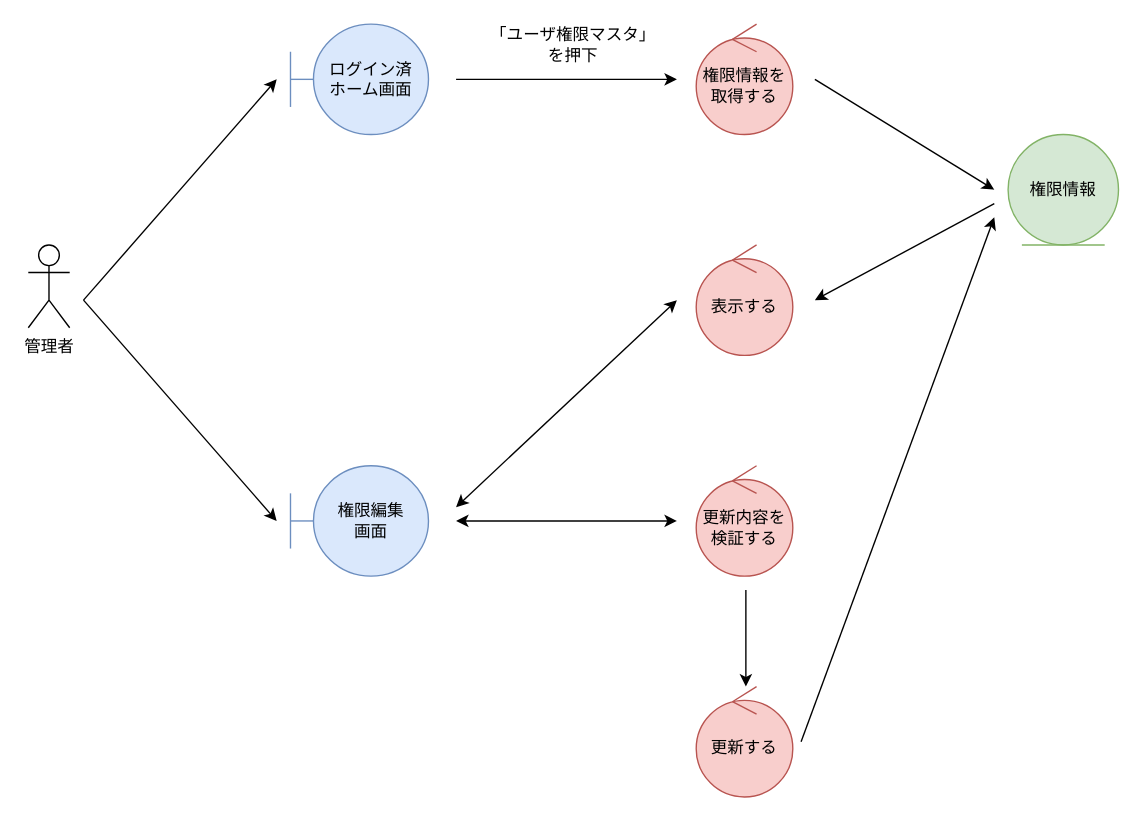
HaruShim/Sotuken keeps this draw.io diagram as page "正規非正規ユーザの権限編集" (3 of 19) of 各種設計書/3ロバストネス図/人事管理/従業員情報管理.drawio. Above is the earlier version. Source tidied: cells renumbered, new cells numbered last; positions are measured from the earlier drawing's top-left corner, leaving out a move shared by most shapes. Both pictures are drawn from the tidied source at 138%, with x=0, y=0 at pixel (28, 23).
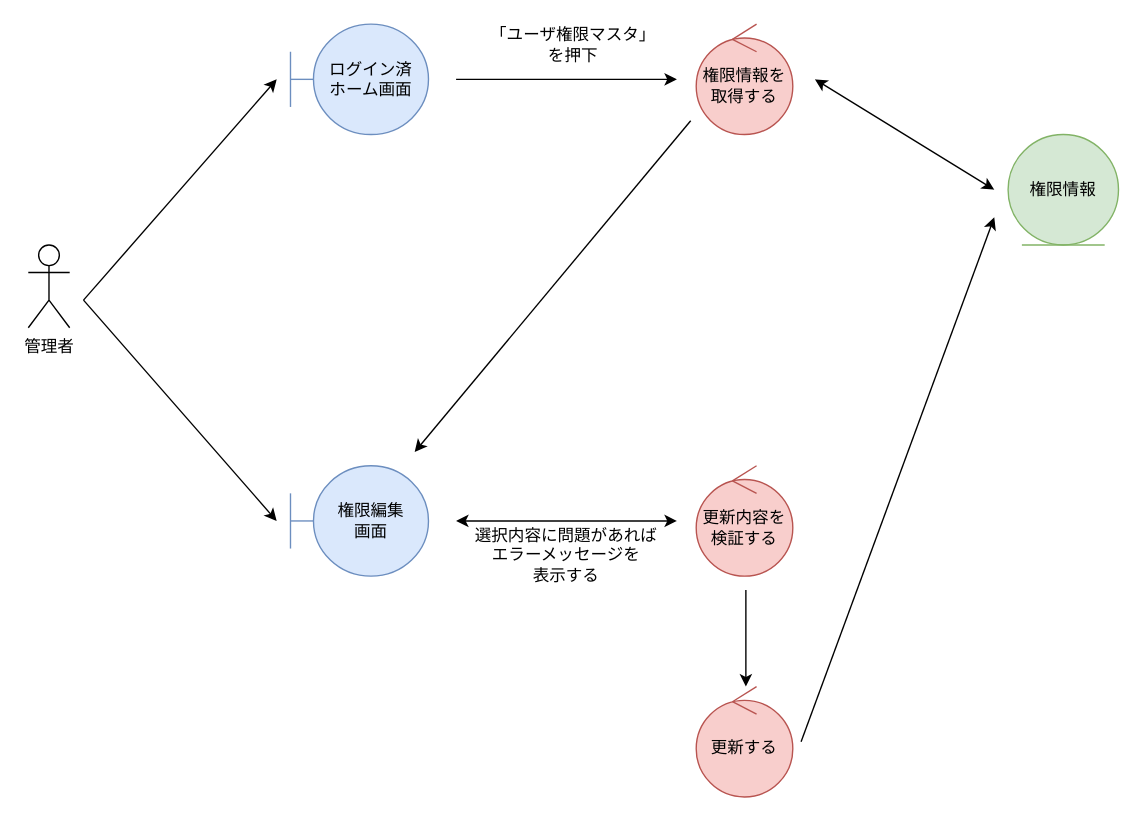
Above is the later version.

Change to the diagram source:
```diff
@@
-    <mxCell id="8" value="表示する" style="ellipse;shape=umlControl;whiteSpace=wrap;html=1;fillColor=#f8cecc;strokeColor=#b85450;" parent="1" vertex="1">
-      <mxGeometry x="484" y="160" width="70" height="80" as="geometry" />
-    </mxCell>
@@
-    <mxCell id="12" style="endArrow=classic;html=1;rounded=0;" parent="1" edge="1">
+    <mxCell id="12" style="endArrow=classic;html=1;rounded=0;startArrow=classic;startFill=1;" parent="1" edge="1">
       <mxGeometry relative="1" as="geometry">
         <mxPoint x="570" y="40" as="sourcePoint" />
         <mxPoint x="700" y="120" as="targetPoint" />
       </mxGeometry>
     </mxCell>
-    <mxCell id="13" style="endArrow=classic;html=1;rounded=0;" parent="1" edge="1">
-      <mxGeometry relative="1" as="geometry">
-        <mxPoint x="700" y="130" as="sourcePoint" />
-        <mxPoint x="570" y="200" as="targetPoint" />
-      </mxGeometry>
-    </mxCell>
@@
-    <mxCell id="15" style="endArrow=classic;startArrow=classic;html=1;rounded=0;" parent="1" edge="1">
-      <mxGeometry relative="1" as="geometry">
-        <mxPoint x="310" y="350" as="sourcePoint" />
-        <mxPoint x="470" y="200" as="targetPoint" />
-      </mxGeometry>
-    </mxCell>
@@
+    <mxCell id="20" style="endArrow=classic;html=1;rounded=0;" parent="1" edge="1">
+      <mxGeometry relative="1" as="geometry">
+        <mxPoint x="480" y="70" as="sourcePoint" />
+        <mxPoint x="280" y="310" as="targetPoint" />
+      </mxGeometry>
+    </mxCell>
+    <mxCell id="21" value="選択内容に問題があればエラーメッセージを&lt;br&gt;表示する" style="text;html=1;strokeColor=none;fillColor=none;align=center;verticalAlign=middle;whiteSpace=wrap;rounded=0;" parent="1" vertex="1">
+      <mxGeometry x="320" y="370" width="140" height="30" as="geometry" />
+    </mxCell>
```
